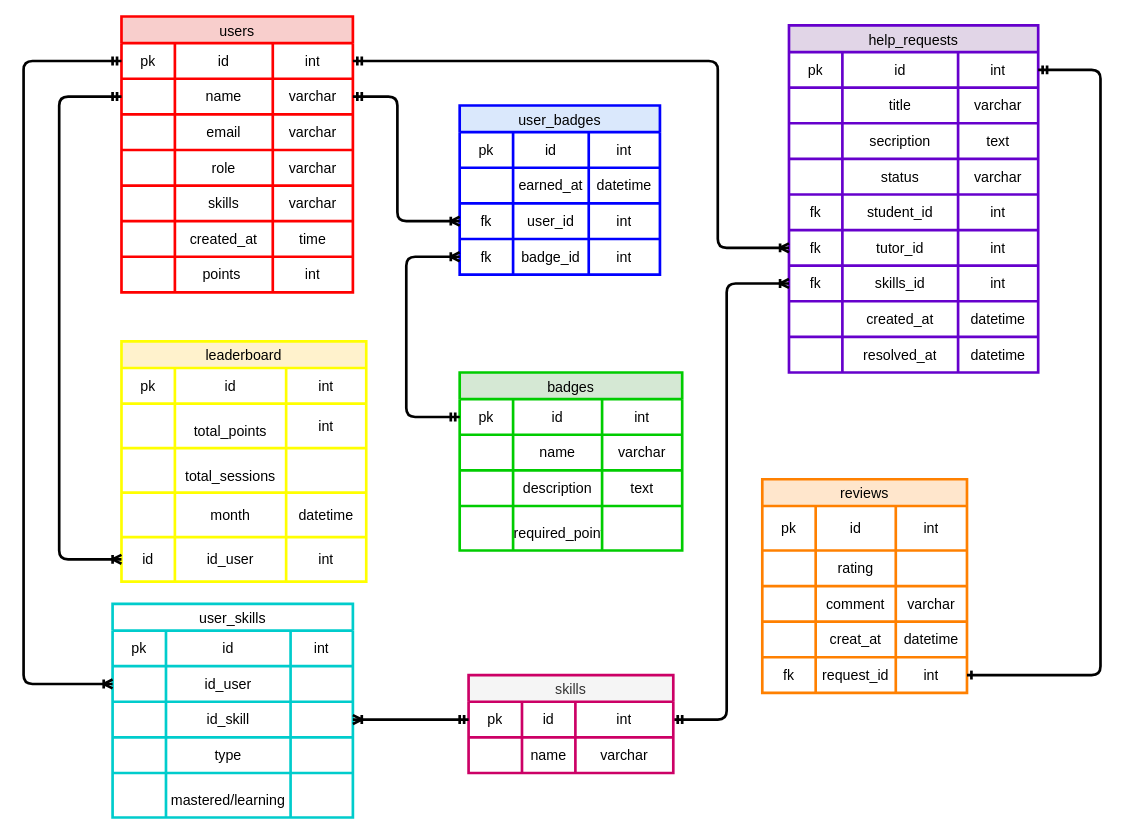
Earlier version of the draw.io diagram shema.drawio (abderrahim177/PeerSync). Source tidied: cells renumbered, new cells numbered last; positions are measured from the earlier drawing's top-left corner, leaving out a move shared by most shapes. Both pictures are drawn from the tidied source at 89%, with x=0, y=0 at pixel (23, 16).
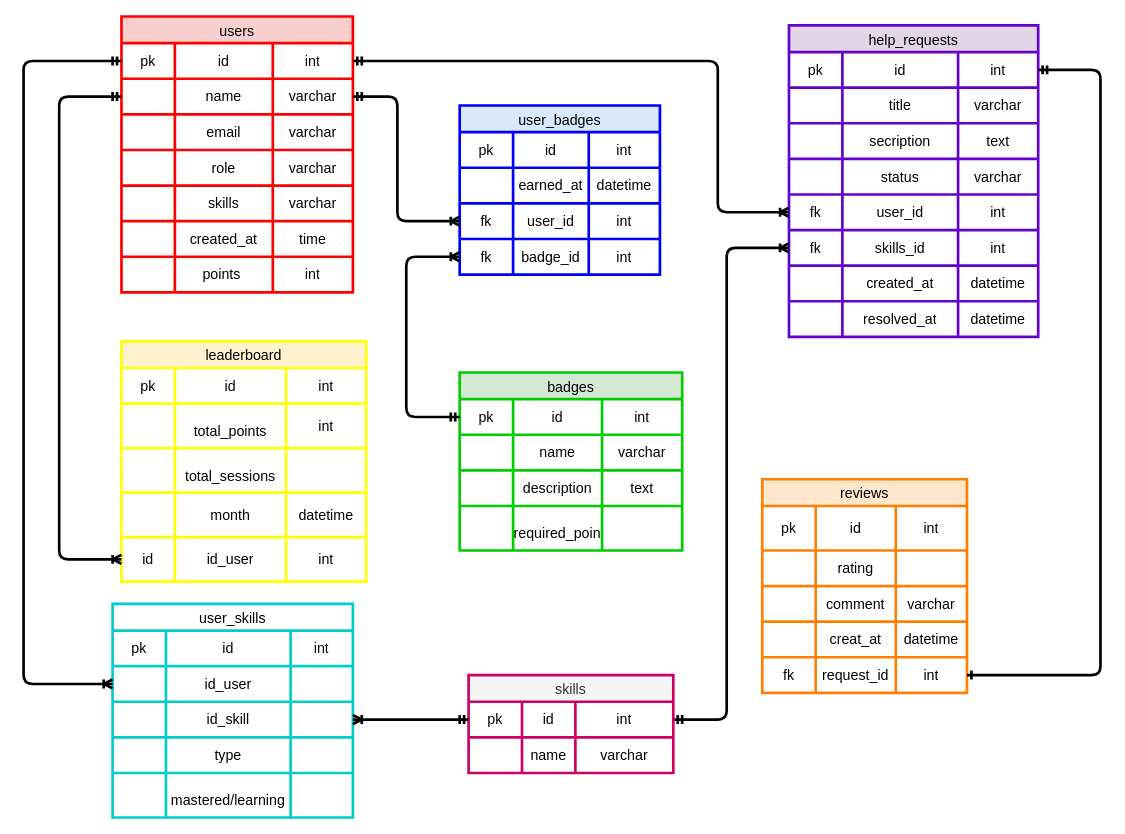
The same page after the edit.

The change refers to these unchanged cells:
```xml
<mxCell id="3" style="shape=tableRow;horizontal=0;startSize=0;swimlaneHead=0;swimlaneBody=0;strokeColor=inherit;top=0;left=0;bottom=0;right=0;fillColor=none;points=[[0,0.5],[1,0.5]];portConstraint=eastwest;fontSize=16;" parent="2" vertex="1">
  <mxGeometry y="30" width="260" height="40" as="geometry" />
</mxCell>
<mxCell id="91" style="shape=tableRow;horizontal=0;startSize=0;swimlaneHead=0;swimlaneBody=0;strokeColor=inherit;top=0;left=0;bottom=0;right=0;fillColor=none;points=[[0,0.5],[1,0.5]];portConstraint=eastwest;fontSize=16;" parent="90" vertex="1">
  <mxGeometry y="30" width="230" height="40" as="geometry" />
</mxCell>
```

Diff of the diagram source:
```diff
@@
     <mxCell id="31" value="help_requests " style="shape=table;startSize=30;childLayout=tableLayout;strokeColor=#6600CC;fontSize=16;strokeWidth=3;fillColor=#e1d5e7;" parent="1" vertex="1">
-      <mxGeometry x="860" y="10" width="280" height="390" as="geometry" />
+      <mxGeometry x="860" y="10" width="280" height="350" as="geometry" />
     </mxCell>
@@
-    <mxCell id="48" style="shape=tableRow;horizontal=0;startSize=0;swimlaneHead=0;swimlaneBody=0;strokeColor=inherit;top=0;left=0;bottom=0;right=0;fillColor=none;fontSize=16;" parent="31" vertex="1">
-      <mxGeometry y="190" width="280" height="40" as="geometry" />
-    </mxCell>
-    <mxCell id="49" value="fk" style="shape=partialRectangle;html=1;whiteSpace=wrap;strokeColor=inherit;overflow=hidden;fillColor=none;top=0;left=0;bottom=0;right=0;fontSize=16;" parent="48" vertex="1">
-      <mxGeometry width="60" height="40" as="geometry" />
-    </mxCell>
-    <mxCell id="50" value="student_id" style="shape=partialRectangle;html=1;whiteSpace=wrap;strokeColor=inherit;overflow=hidden;fillColor=none;top=0;left=0;bottom=0;right=0;fontSize=16;" parent="48" vertex="1">
-      <mxGeometry x="60" width="130" height="40" as="geometry" />
-    </mxCell>
-    <mxCell id="51" value="int" style="shape=partialRectangle;html=1;whiteSpace=wrap;strokeColor=inherit;overflow=hidden;fillColor=none;top=0;left=0;bottom=0;right=0;fontSize=16;" parent="48" vertex="1">
-      <mxGeometry x="190" width="90" height="40" as="geometry" />
-    </mxCell>
     <mxCell id="52" style="shape=tableRow;horizontal=0;startSize=0;swimlaneHead=0;swimlaneBody=0;strokeColor=inherit;top=0;left=0;bottom=0;right=0;fillColor=none;points=[[0,0.5],[1,0.5]];portConstraint=eastwest;fontSize=16;" parent="31" vertex="1">
-      <mxGeometry y="230" width="280" height="40" as="geometry" />
+      <mxGeometry y="190" width="280" height="40" as="geometry" />
     </mxCell>
@@
-    <mxCell id="54" value="tutor_id" style="shape=partialRectangle;html=1;whiteSpace=wrap;strokeColor=inherit;overflow=hidden;fillColor=none;top=0;left=0;bottom=0;right=0;fontSize=16;" parent="52" vertex="1">
+    <mxCell id="54" value="user_id" style="shape=partialRectangle;html=1;whiteSpace=wrap;strokeColor=inherit;overflow=hidden;fillColor=none;top=0;left=0;bottom=0;right=0;fontSize=16;" parent="52" vertex="1">
       <mxGeometry x="60" width="130" height="40" as="geometry" />
     </mxCell>
@@
     <mxCell id="56" style="shape=tableRow;horizontal=0;startSize=0;swimlaneHead=0;swimlaneBody=0;strokeColor=inherit;top=0;left=0;bottom=0;right=0;fillColor=none;points=[[0,0.5],[1,0.5]];portConstraint=eastwest;fontSize=16;" parent="31" vertex="1">
-      <mxGeometry y="270" width="280" height="40" as="geometry" />
+      <mxGeometry y="230" width="280" height="40" as="geometry" />
     </mxCell>
@@
     <mxCell id="60" style="shape=tableRow;horizontal=0;startSize=0;swimlaneHead=0;swimlaneBody=0;strokeColor=inherit;top=0;left=0;bottom=0;right=0;fillColor=none;fontSize=16;" parent="31" vertex="1">
-      <mxGeometry y="310" width="280" height="40" as="geometry" />
+      <mxGeometry y="270" width="280" height="40" as="geometry" />
     </mxCell>
@@
     <mxCell id="64" style="shape=tableRow;horizontal=0;startSize=0;swimlaneHead=0;swimlaneBody=0;strokeColor=inherit;top=0;left=0;bottom=0;right=0;fillColor=none;fontSize=16;" parent="31" vertex="1">
-      <mxGeometry y="350" width="280" height="40" as="geometry" />
+      <mxGeometry y="310" width="280" height="40" as="geometry" />
     </mxCell>
@@
     <mxCell id="89" style="edgeStyle=none;html=1;entryX=0;entryY=0.5;entryDx=0;entryDy=0;exitX=1;exitY=0.5;exitDx=0;exitDy=0;startArrow=ERmandOne;startFill=0;endArrow=ERoneToMany;endFill=0;strokeWidth=3;" parent="1" edge="1" source="91" target="56">
       <mxGeometry relative="1" as="geometry">
         <Array as="points">
           <mxPoint x="790" y="790" />
           <mxPoint x="790" y="300" />
-          <mxPoint x="860" y="300" />
+          <mxPoint x="790" y="260" />
         </Array>
       </mxGeometry>
     </mxCell>
@@
     <mxCell id="175" style="edgeStyle=none;html=1;entryX=0;entryY=0.5;entryDx=0;entryDy=0;exitX=1;exitY=0.5;exitDx=0;exitDy=0;endArrow=ERoneToMany;endFill=0;startArrow=ERmandOne;startFill=0;strokeWidth=3;" parent="1" edge="1" source="3" target="52">
       <mxGeometry relative="1" as="geometry">
         <Array as="points">
           <mxPoint x="780" y="50" />
-          <mxPoint x="780" y="260" />
+          <mxPoint x="780" y="220" />
         </Array>
       </mxGeometry>
     </mxCell>
```
